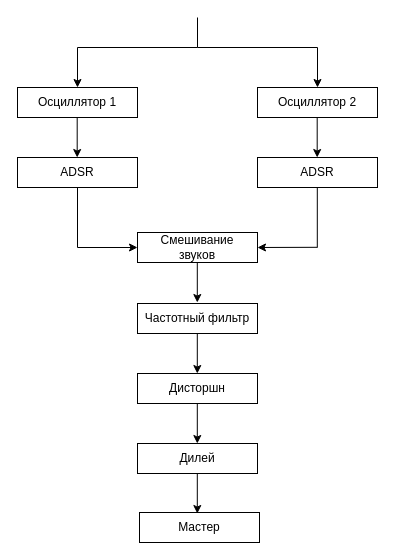
Above: Document/Диаграмма компонентов.drawio in VasilevIvanVladimirovich/Software-Development-Technologies-Course (draw.io), before the change. Source tidied: cells renumbered, new cells numbered last; positions are measured from the earlier drawing's top-left corner, leaving out a move shared by most shapes. Both pictures are drawn from the tidied source at 100%, with x=0, y=0 at pixel (17, 17).
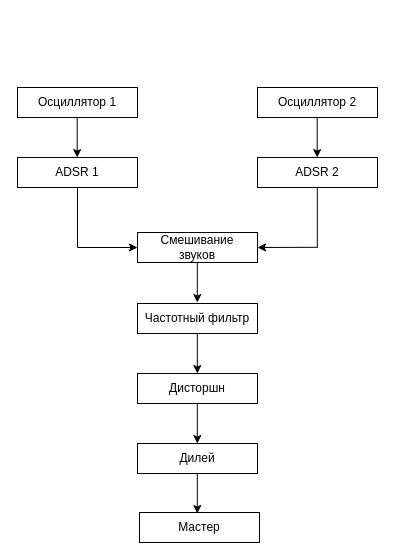
The same diagram, later.

The change refers to these unchanged cells:
```xml
<mxCell id="7" value="Осциллятор 2" style="rounded=0;whiteSpace=wrap;html=1;" parent="1" vertex="1">
  <mxGeometry x="240" y="70" width="120" height="30" as="geometry" />
</mxCell>
```

Change to the diagram source:
```diff
@@
-    <mxCell id="2" style="endArrow=none;html=1;" parent="1" edge="1">
-      <mxGeometry relative="1" as="geometry">
-        <mxPoint x="180" y="30" as="sourcePoint" />
-        <mxPoint x="180" as="targetPoint" />
-      </mxGeometry>
-    </mxCell>
-    <mxCell id="3" style="endArrow=none;html=1;" parent="1" edge="1">
-      <mxGeometry relative="1" as="geometry">
-        <mxPoint x="180" y="30" as="sourcePoint" />
-        <mxPoint x="60" y="30" as="targetPoint" />
-      </mxGeometry>
-    </mxCell>
-    <mxCell id="4" style="endArrow=none;html=1;" parent="1" edge="1">
-      <mxGeometry relative="1" as="geometry">
-        <mxPoint x="300" y="30" as="sourcePoint" />
-        <mxPoint x="180" y="30" as="targetPoint" />
-      </mxGeometry>
-    </mxCell>
-    <mxCell id="5" style="endArrow=classic;html=1;" parent="1" edge="1">
-      <mxGeometry relative="1" as="geometry">
-        <mxPoint x="60" y="30" as="sourcePoint" />
-        <mxPoint x="60" y="70" as="targetPoint" />
-      </mxGeometry>
-    </mxCell>
@@
-    <mxCell id="8" style="endArrow=classic;html=1;entryX=0.5;entryY=0;entryDx=0;entryDy=0;" parent="1" edge="1" target="7">
-      <mxGeometry relative="1" as="geometry">
-        <mxPoint x="300" y="30" as="sourcePoint" />
-      </mxGeometry>
-    </mxCell>
@@
-    <mxCell id="11" value="ADSR" style="rounded=0;whiteSpace=wrap;html=1;" parent="1" vertex="1">
+    <mxCell id="11" value="ADSR 1" style="rounded=0;whiteSpace=wrap;html=1;" parent="1" vertex="1">
       <mxGeometry y="140" width="120" height="30" as="geometry" />
     </mxCell>
-    <mxCell id="12" value="ADSR" style="rounded=0;whiteSpace=wrap;html=1;" parent="1" vertex="1">
+    <mxCell id="12" value="ADSR 2" style="rounded=0;whiteSpace=wrap;html=1;" parent="1" vertex="1">
       <mxGeometry x="240" y="140" width="120" height="30" as="geometry" />
     </mxCell>
```
